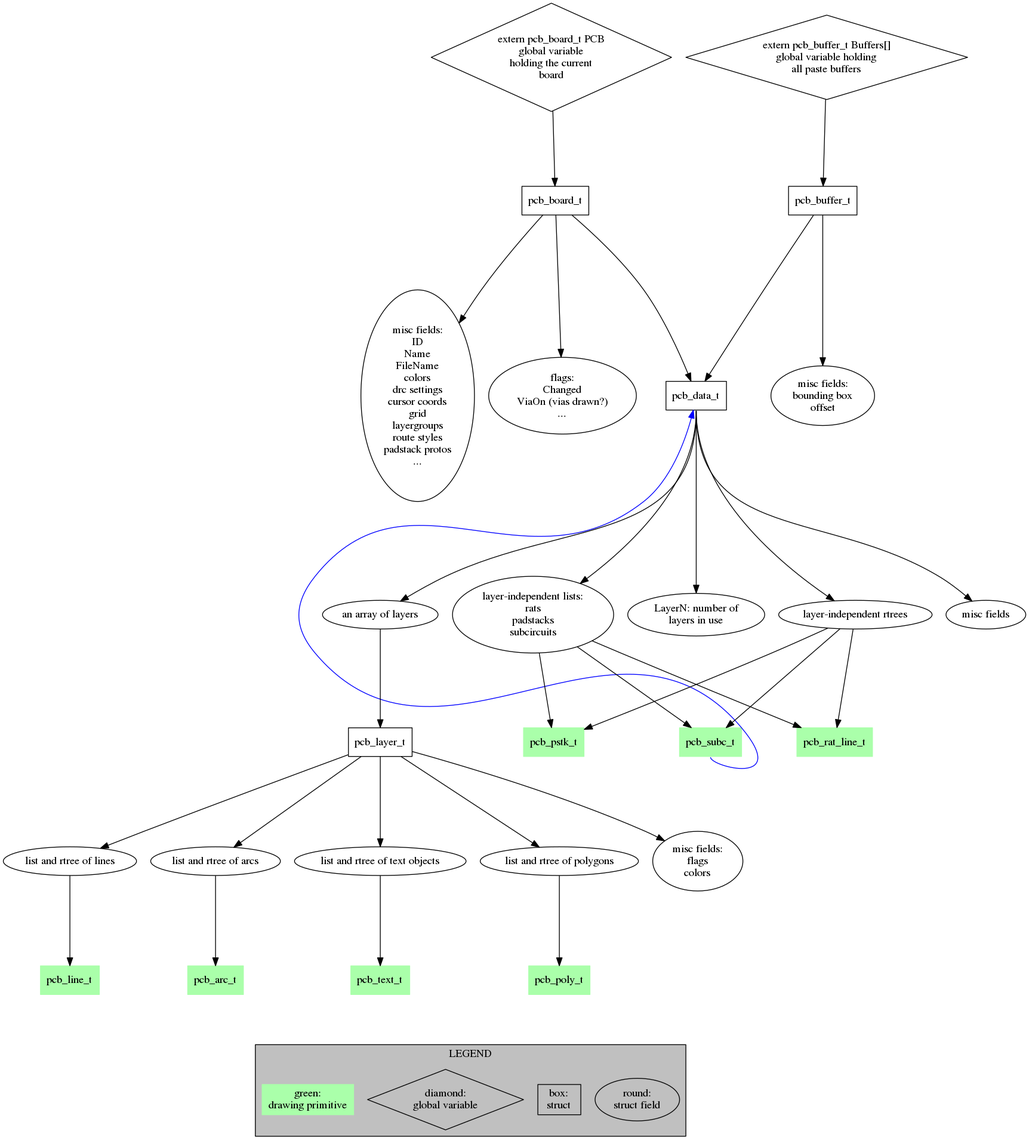
The Graphviz diagram doc/developer/data1.png in NoSuchProcess/pcb-rnd, before a commit. Its source is kept beside it as doc/developer/src/data1.dot.
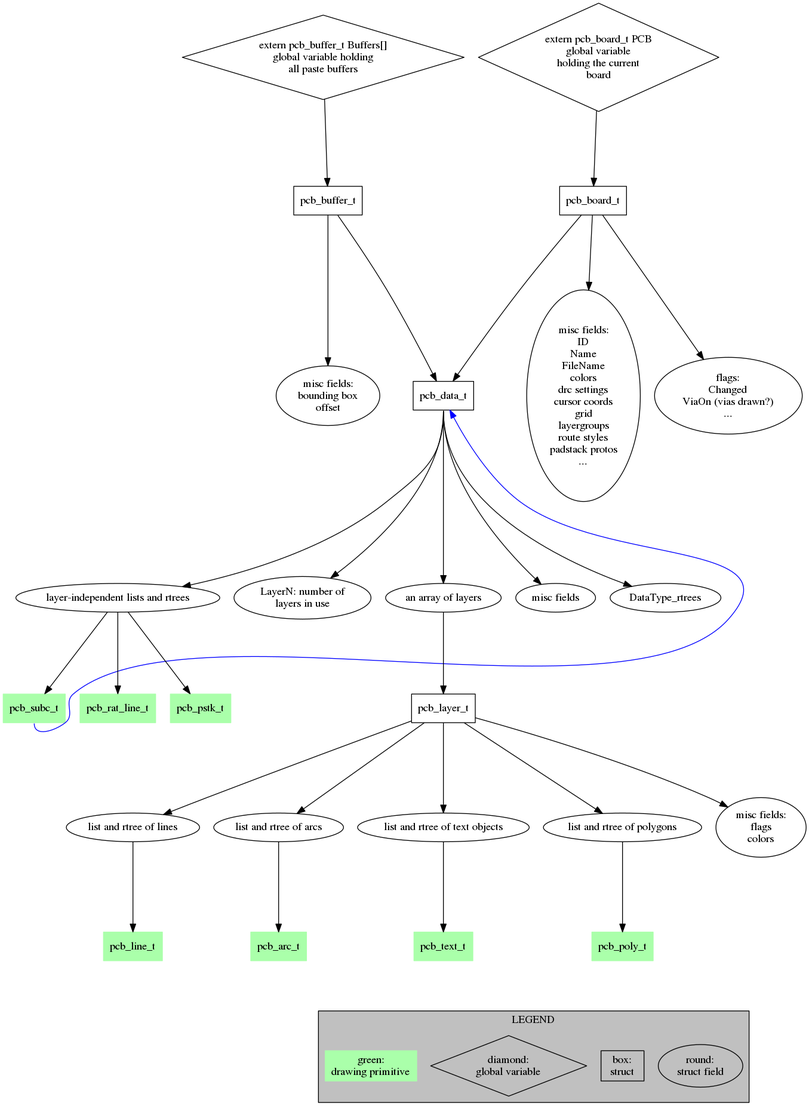
After the commit.

Commit message:
[doc] -Cleanup: further simplify the data model drawing by merging global lists an rtrees in the same node

The edit, as a diff of the source:
```diff
@@ -26,8 +26,7 @@
 	pcb_buffer_t -> pcb_data_t
 	pcb_buffer_t [shape=box]
 
-	DataType_lists [label="layer-independent lists:\nrats\npadstacks\nsubcircuits"]
-	DataType_rtrees [label="layer-independent rtrees"]
+	DataType_listrt [label="layer-independent lists and rtrees"]
 	DataType_LayerN [label="LayerN: number of\nlayers in use"]
 	DataType_layers [label="an array of layers"]
 	DataType_misc [label="misc fields"]
@@ -35,20 +34,15 @@
 	pcb_data_t -> DataType_misc    [tailport=s]
 	pcb_data_t -> DataType_LayerN  [tailport=s]
 	pcb_data_t -> DataType_layers  [tailport=s]
-	pcb_data_t -> DataType_lists   [tailport=s]
+	pcb_data_t -> DataType_listrt  [tailport=s]
 	pcb_data_t -> DataType_rtrees  [tailport=s]
 	pcb_data_t [shape=box]
 
 	DataType_layers -> pcb_layer_t
 
-	DataType_lists -> pcb_subc_t
-	DataType_rtrees -> pcb_subc_t
-
-	DataType_lists -> pcb_rat_line_t
-	DataType_rtrees -> pcb_rat_line_t
-
-	DataType_lists -> pcb_pstk_t
-	DataType_rtrees -> pcb_pstk_t
+	DataType_listrt -> pcb_subc_t
+	DataType_listrt -> pcb_rat_line_t
+	DataType_listrt -> pcb_pstk_t
 
 	pcb_subc_t -> pcb_data_t [color=blue constraint=0 tailport=s]
 
```
